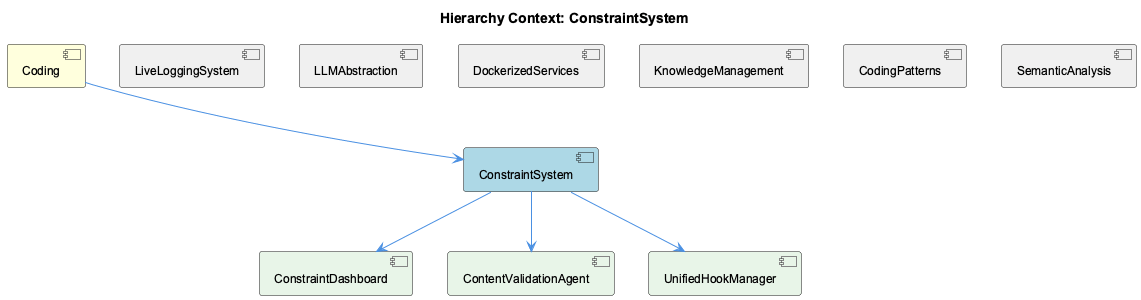
This is knowledge-management/insights/images/constraint-system-relationship.png from fwornle/coding, a PlantUML export, as it was before one commit.
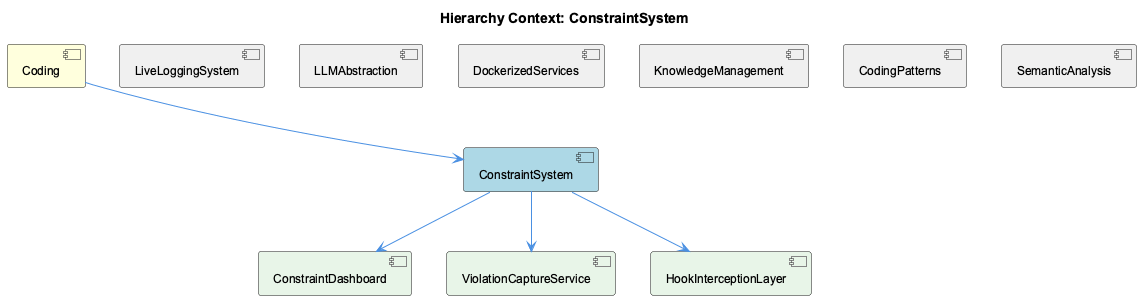
The same file after the commit.

What changed in the source:
```diff
@@ -12,8 +12,8 @@
 [CodingPatterns] as coding_patterns #F0F0F0
 [SemanticAnalysis] as semantic_analysis #F0F0F0
 [ConstraintDashboard] as constraint_dashboard #E8F5E8
-[ContentValidationAgent] as content_validation_agent #E8F5E8
-[UnifiedHookManager] as unified_hook_manager #E8F5E8
+[ViolationCaptureService] as violation_capture_service #E8F5E8
+[HookInterceptionLayer] as hook_interception_layer #E8F5E8
 
 coding --> constraint_system
 live_logging_system -[hidden]- constraint_system
@@ -23,7 +23,7 @@
 coding_patterns -[hidden]- constraint_system
 semantic_analysis -[hidden]- constraint_system
 constraint_system --> constraint_dashboard
-constraint_system --> content_validation_agent
-constraint_system --> unified_hook_manager
+constraint_system --> violation_capture_service
+constraint_system --> hook_interception_layer
 
 @enduml
```
